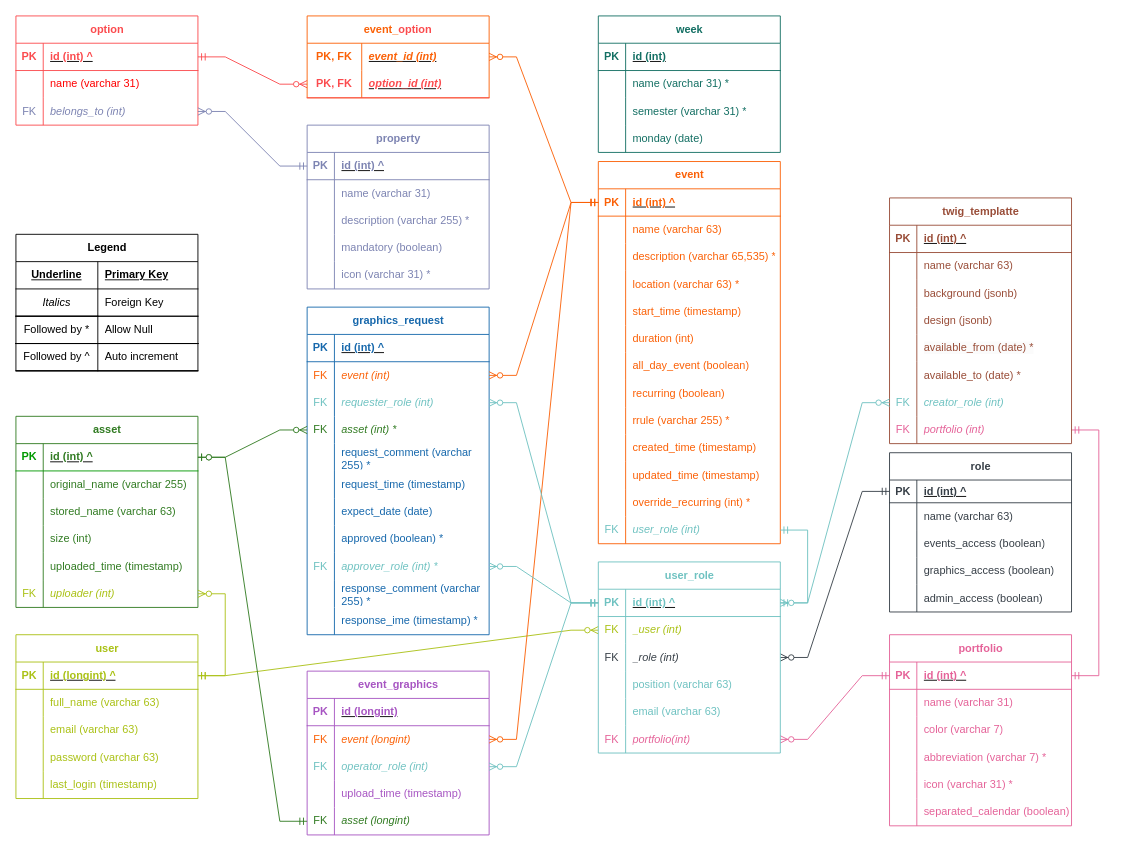
The draw.io diagram design/eTWIG.ER.drawio in stewebb/eTWIG, before the edit. Source tidied: cells renumbered, new cells numbered last; positions are measured from the earlier drawing's top-left corner, leaving out a move shared by most shapes. Both pictures are drawn from the tidied source at 91%, with x=0, y=0 at pixel (15, 15).
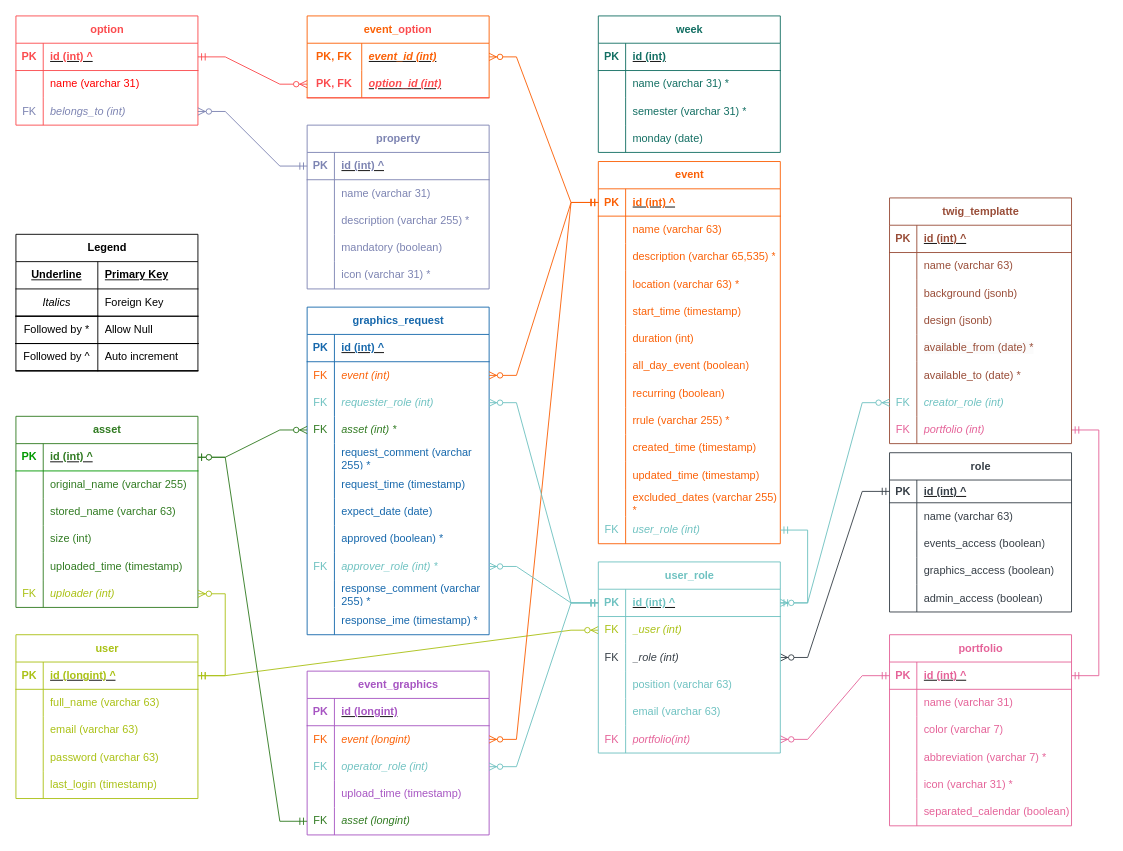
The same diagram, later.

Commit message (it also covers changes not shown here):
excluded events

Unchanged cells that the change refers to:
```xml
<mxCell id="149" style="shape=tableRow;horizontal=0;startSize=0;swimlaneHead=0;swimlaneBody=0;fillColor=none;top=0;left=0;right=0;bottom=0;" parent="115" vertex="1">
  <mxGeometry y="360" width="200" height="30" as="geometry" />
</mxCell>
```

Change to the diagram source:
```diff
@@
-    <mxCell id="151" value="&lt;font color=&quot;#fb6107&quot;&gt;override_recurring (int) *&lt;/font&gt;" style="shape=partialRectangle;fillColor=none;top=0;left=0;bottom=0;right=0;align=left;spacingLeft=6;overflow=hidden;whiteSpace=wrap;html=1;strokeColor=#fb6107;" parent="149" vertex="1">
+    <mxCell id="151" value="&lt;font color=&quot;#fb6107&quot;&gt;excluded_dates (varchar 255) *&lt;/font&gt;" style="shape=partialRectangle;fillColor=none;top=0;left=0;bottom=0;right=0;align=left;spacingLeft=6;overflow=hidden;whiteSpace=wrap;html=1;strokeColor=#fb6107;" parent="149" vertex="1">
       <mxGeometry x="30" width="170" height="30" as="geometry" />
     </mxCell>
```
